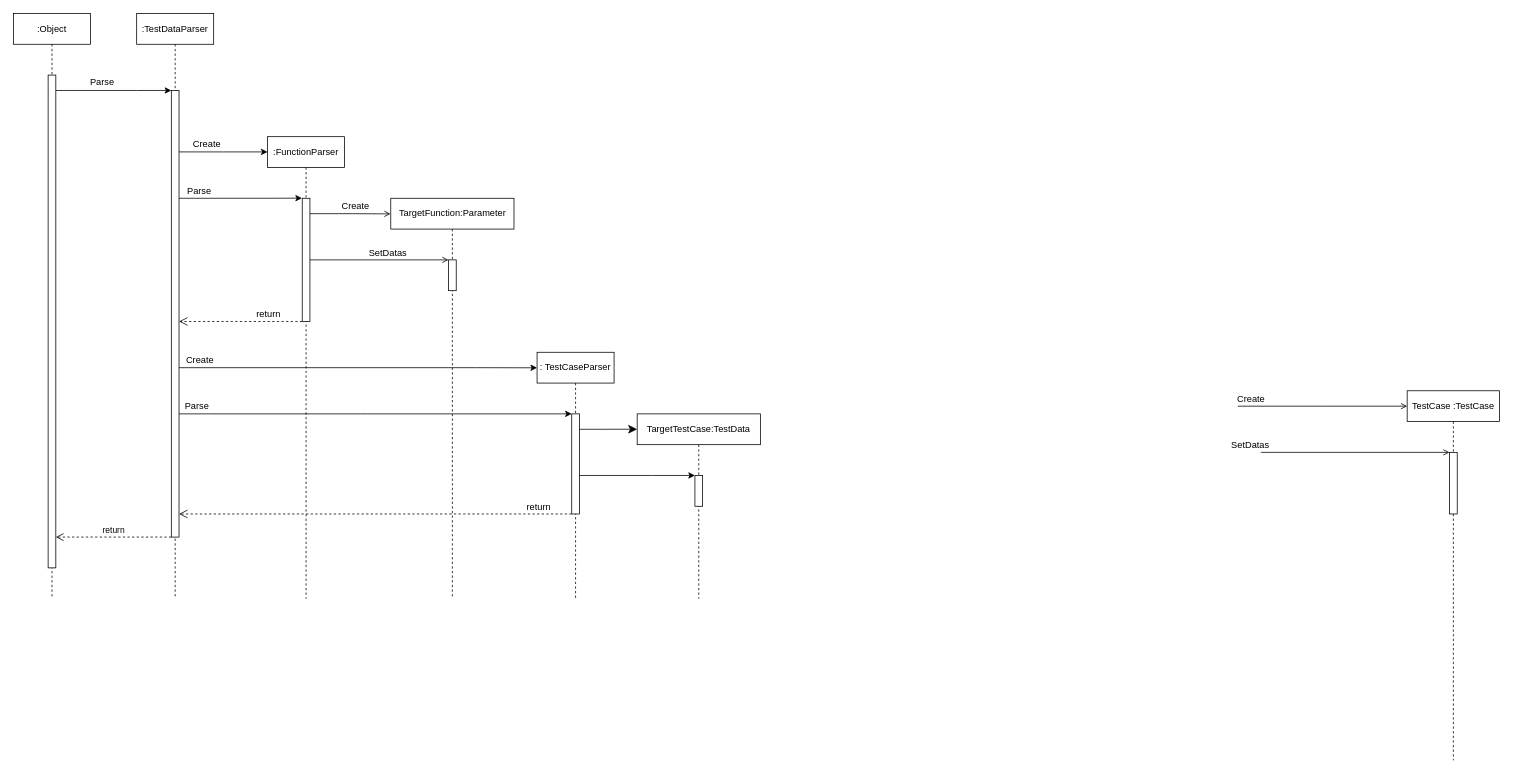
Before: page "sequence" (4 of 4) of AutoTestPrep/doc/design/AutoTestPrep.drawio in CountrySideEngineer/TestSupportTools, a draw.io diagram. Source tidied: cells renumbered, new cells numbered last; positions are measured from the earlier drawing's top-left corner, leaving out a move shared by most shapes. Both pictures are drawn from the tidied source at 77%, with x=0, y=0 at pixel (13, 13).
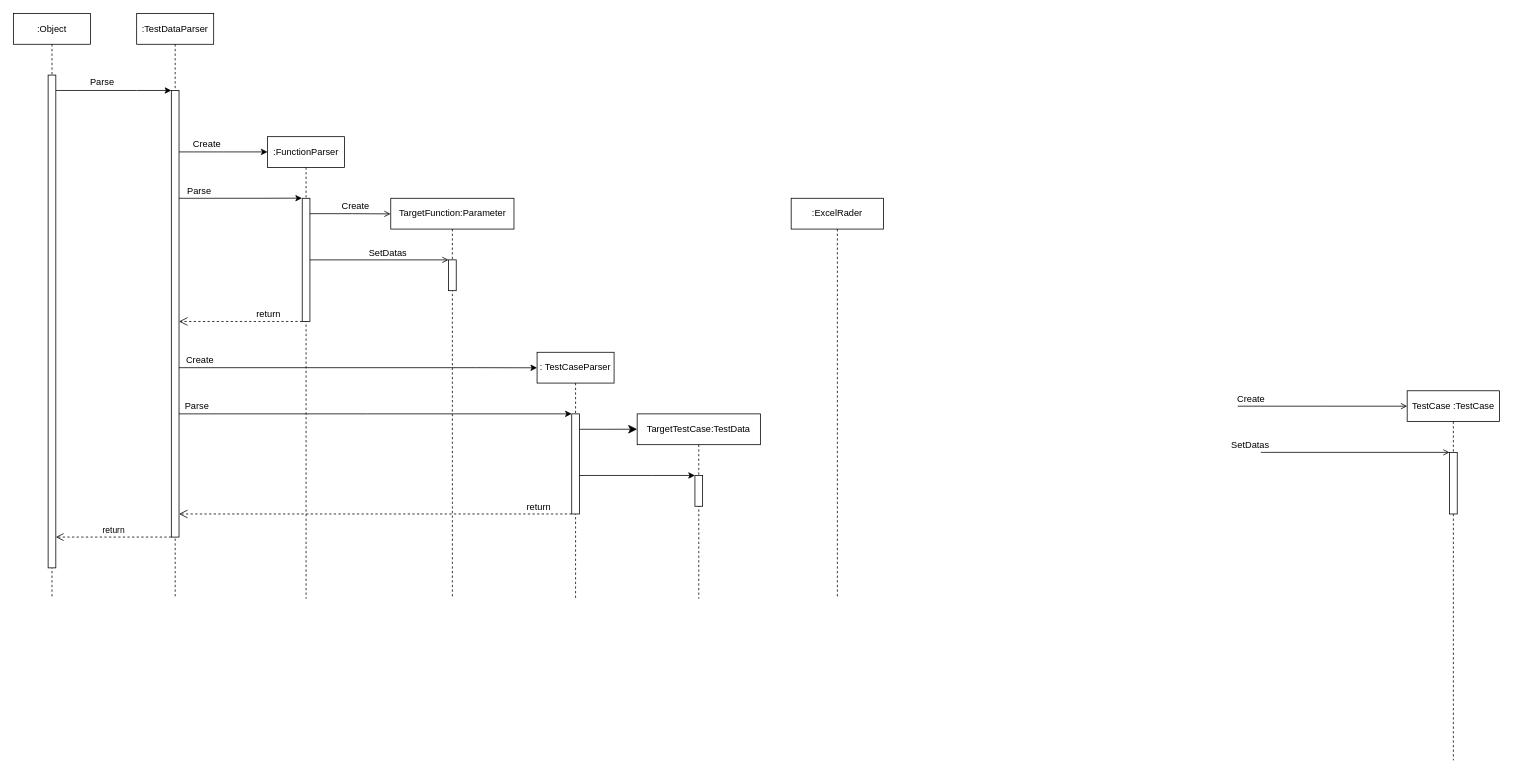
Above is the later version.

The edit, as a diff of the source:
```diff
@@
+    <mxCell id="41" value=":ExcelRader" style="shape=umlLifeline;perimeter=lifelinePerimeter;whiteSpace=wrap;html=1;" parent="1" vertex="1">
+      <mxGeometry x="1010" y="240" width="120" height="520" as="geometry" />
+    </mxCell>
```
